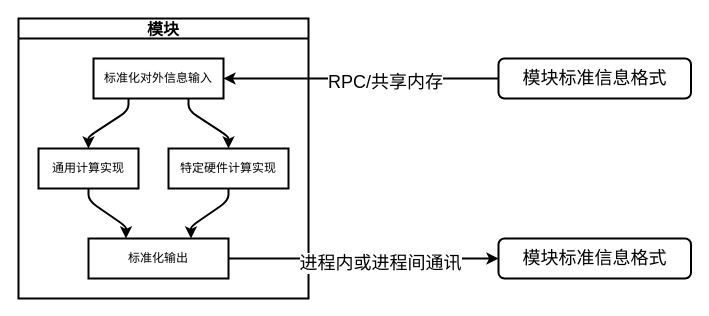
Earlier version of the draw.io diagram page "Page-1" (1 of 13) of Untitled Diagram.drawio (fangwater/Config). Source tidied: cells renumbered, new cells numbered last; positions are measured from the earlier drawing's top-left corner, leaving out a move shared by most shapes. Both pictures are drawn from the tidied source at 100%, with x=0, y=0 at pixel (18, 18).
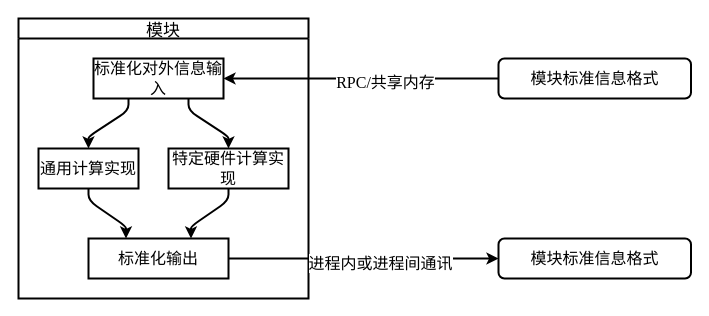
Above is the later version.

Change to the diagram source:
```diff
@@
-    <mxCell id="2" value="模块" style="swimlane;startSize=20;horizontal=1;flowOrientation=north;interRankCellSpacing=50;containerType=tree;fontSize=16;strokeWidth=2;shadow=0;" parent="1" vertex="1">
+    <mxCell id="2" value="模块" style="swimlane;startSize=20;horizontal=1;flowOrientation=north;interRankCellSpacing=50;containerType=tree;fontSize=17;strokeWidth=2;shadow=0;fontFamily=Times New Roman;fontStyle=0;" parent="1" vertex="1">
       <mxGeometry width="290" height="280" as="geometry" />
     </mxCell>
-    <mxCell id="3" value="标准化对外信息输入" style="whiteSpace=wrap;html=1;strokeWidth=2;shadow=0;" parent="2" vertex="1">
+    <mxCell id="3" value="标准化对外信息输入" style="whiteSpace=wrap;html=1;strokeWidth=2;shadow=0;fontFamily=Times New Roman;fontSize=16;" parent="2" vertex="1">
       <mxGeometry x="75" y="40" width="130" height="40" as="geometry" />
     </mxCell>
-    <mxCell id="4" value="通用计算实现" style="whiteSpace=wrap;html=1;strokeWidth=2;shadow=0;" parent="2" vertex="1">
+    <mxCell id="4" value="通用计算实现" style="whiteSpace=wrap;html=1;strokeWidth=2;shadow=0;fontFamily=Times New Roman;fontSize=16;" parent="2" vertex="1">
       <mxGeometry x="20" y="130" width="100" height="40" as="geometry" />
     </mxCell>
-    <mxCell id="5" style="html=1;rounded=1;curved=0;sourcePerimeterSpacing=0;targetPerimeterSpacing=0;startSize=6;endSize=6;noEdgeStyle=1;orthogonal=1;strokeWidth=2;shadow=0;" parent="2" edge="1" source="3" target="4">
+    <mxCell id="5" style="html=1;rounded=1;curved=0;sourcePerimeterSpacing=0;targetPerimeterSpacing=0;startSize=6;endSize=6;noEdgeStyle=1;orthogonal=1;strokeWidth=2;shadow=0;fontFamily=Times New Roman;fontSize=16;" parent="2" edge="1" source="3" target="4">
       <mxGeometry relative="1" as="geometry">
         <Array as="points">
           <mxPoint x="110" y="92" />
           <mxPoint x="70" y="118" />
         </Array>
       </mxGeometry>
     </mxCell>
-    <mxCell id="6" value="特定硬件计算实现" style="whiteSpace=wrap;html=1;strokeWidth=2;shadow=0;" parent="2" vertex="1">
+    <mxCell id="6" value="特定硬件计算实现" style="whiteSpace=wrap;html=1;strokeWidth=2;shadow=0;fontFamily=Times New Roman;fontSize=16;" parent="2" vertex="1">
       <mxGeometry x="150" y="130" width="120" height="40" as="geometry" />
     </mxCell>
-    <mxCell id="7" style="html=1;rounded=1;curved=0;sourcePerimeterSpacing=0;targetPerimeterSpacing=0;startSize=6;endSize=6;noEdgeStyle=1;orthogonal=1;strokeWidth=2;shadow=0;" parent="2" edge="1" source="3" target="6">
+    <mxCell id="7" style="html=1;rounded=1;curved=0;sourcePerimeterSpacing=0;targetPerimeterSpacing=0;startSize=6;endSize=6;noEdgeStyle=1;orthogonal=1;strokeWidth=2;shadow=0;fontFamily=Times New Roman;fontSize=16;" parent="2" edge="1" source="3" target="6">
       <mxGeometry relative="1" as="geometry">
         <Array as="points">
           <mxPoint x="170" y="92" />
           <mxPoint x="210" y="118" />
         </Array>
       </mxGeometry>
     </mxCell>
-    <mxCell id="8" value="标准化输出" style="whiteSpace=wrap;html=1;strokeWidth=2;shadow=0;" parent="2" vertex="1">
+    <mxCell id="8" value="标准化输出" style="whiteSpace=wrap;html=1;strokeWidth=2;shadow=0;fontFamily=Times New Roman;fontSize=16;" parent="2" vertex="1">
       <mxGeometry x="70" y="220" width="140" height="40" as="geometry" />
     </mxCell>
-    <mxCell id="9" style="html=1;rounded=1;curved=0;sourcePerimeterSpacing=0;targetPerimeterSpacing=0;startSize=6;endSize=6;noEdgeStyle=1;orthogonal=1;strokeWidth=2;shadow=0;" parent="2" edge="1" source="4" target="8">
+    <mxCell id="9" style="html=1;rounded=1;curved=0;sourcePerimeterSpacing=0;targetPerimeterSpacing=0;startSize=6;endSize=6;noEdgeStyle=1;orthogonal=1;strokeWidth=2;shadow=0;fontFamily=Times New Roman;fontSize=16;" parent="2" edge="1" source="4" target="8">
       <mxGeometry relative="1" as="geometry">
         <Array as="points">
           <mxPoint x="70" y="182" />
           <mxPoint x="107.5" y="208" />
         </Array>
       </mxGeometry>
     </mxCell>
-    <mxCell id="10" style="html=1;rounded=1;curved=0;sourcePerimeterSpacing=0;targetPerimeterSpacing=0;startSize=6;endSize=6;noEdgeStyle=1;orthogonal=1;strokeWidth=2;shadow=0;" parent="2" edge="1" source="6" target="8">
+    <mxCell id="10" style="html=1;rounded=1;curved=0;sourcePerimeterSpacing=0;targetPerimeterSpacing=0;startSize=6;endSize=6;noEdgeStyle=1;orthogonal=1;strokeWidth=2;shadow=0;fontFamily=Times New Roman;fontSize=16;" parent="2" edge="1" source="6" target="8">
       <mxGeometry relative="1" as="geometry">
         <Array as="points">
           <mxPoint x="210" y="182" />
           <mxPoint x="172.5" y="208" />
         </Array>
       </mxGeometry>
     </mxCell>
-    <mxCell id="11" style="edgeStyle=orthogonalEdgeStyle;rounded=0;jettySize=auto;html=1;shadow=0;strokeWidth=2;fontSize=18;" parent="1" edge="1" source="13" target="3">
+    <mxCell id="11" style="edgeStyle=orthogonalEdgeStyle;rounded=0;jettySize=auto;html=1;shadow=0;strokeWidth=2;fontSize=16;fontFamily=Times New Roman;" parent="1" edge="1" source="13" target="3">
       <mxGeometry relative="1" as="geometry" />
     </mxCell>
-    <mxCell id="12" value="RPC/共享内存" style="edgeLabel;html=1;align=center;verticalAlign=middle;fontSize=18;" parent="11" vertex="1">
+    <mxCell id="12" value="RPC/共享内存" style="edgeLabel;html=1;align=center;verticalAlign=middle;fontSize=16;fontFamily=Times New Roman;" parent="11" vertex="1">
       <mxGeometry x="-0.17" y="3" relative="1" as="geometry" />
     </mxCell>
-    <mxCell id="13" value="&lt;font style=&quot;font-size: 18px;&quot;&gt;模块标准信息格式&lt;/font&gt;" style="rounded=1;whiteSpace=wrap;html=1;shadow=0;strokeWidth=2;" parent="1" vertex="1">
+    <mxCell id="13" value="&lt;font style=&quot;font-size: 16px;&quot;&gt;模块标准信息格式&lt;/font&gt;" style="rounded=1;whiteSpace=wrap;html=1;shadow=0;strokeWidth=2;fontFamily=Times New Roman;fontSize=16;" parent="1" vertex="1">
       <mxGeometry x="480" y="40" width="192.5" height="40" as="geometry" />
     </mxCell>
-    <mxCell id="14" style="edgeStyle=orthogonalEdgeStyle;rounded=0;jettySize=auto;html=1;exitX=1;exitY=0.5;exitDx=0;exitDy=0;entryX=0;entryY=0.5;entryDx=0;entryDy=0;shadow=0;strokeWidth=2;fontSize=18;" parent="1" edge="1" source="8" target="16">
+    <mxCell id="14" style="edgeStyle=orthogonalEdgeStyle;rounded=0;jettySize=auto;html=1;exitX=1;exitY=0.5;exitDx=0;exitDy=0;entryX=0;entryY=0.5;entryDx=0;entryDy=0;shadow=0;strokeWidth=2;fontSize=16;fontFamily=Times New Roman;" parent="1" edge="1" source="8" target="16">
       <mxGeometry relative="1" as="geometry" />
     </mxCell>
-    <mxCell id="15" value="进程内或进程间通讯" style="edgeLabel;html=1;align=center;verticalAlign=middle;fontSize=18;" parent="14" vertex="1">
+    <mxCell id="15" value="进程内或进程间通讯" style="edgeLabel;html=1;align=center;verticalAlign=middle;fontSize=16;fontFamily=Times New Roman;" parent="14" vertex="1">
       <mxGeometry x="0.11" y="-3" relative="1" as="geometry">
         <mxPoint x="1" y="1" as="offset" />
       </mxGeometry>
     </mxCell>
-    <mxCell id="16" value="&lt;font style=&quot;font-size: 18px;&quot;&gt;模块标准信息格式&lt;/font&gt;" style="rounded=1;whiteSpace=wrap;html=1;shadow=0;strokeWidth=2;" parent="1" vertex="1">
+    <mxCell id="16" value="&lt;font style=&quot;font-size: 16px;&quot;&gt;模块标准信息格式&lt;/font&gt;" style="rounded=1;whiteSpace=wrap;html=1;shadow=0;strokeWidth=2;fontFamily=Times New Roman;fontSize=16;" parent="1" vertex="1">
       <mxGeometry x="480" y="220" width="192.5" height="40" as="geometry" />
     </mxCell>
```
